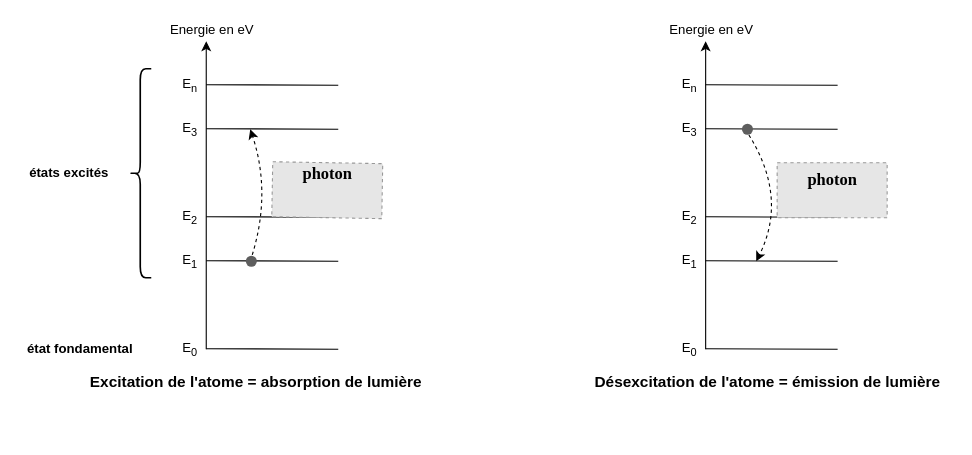
Above: page "niveaux energie" (2 of 3) of couleur objets.drawio in G-Boronad/diagrams (draw.io), before the change. Source tidied: cells renumbered, new cells numbered last; positions are measured from the earlier drawing's top-left corner, leaving out a move shared by most shapes. Both pictures are drawn from the tidied source at 110%, with x=0, y=0 at pixel (19, 19). Pictures stored in the file or linked from it are replaced by grey dashed boxes.
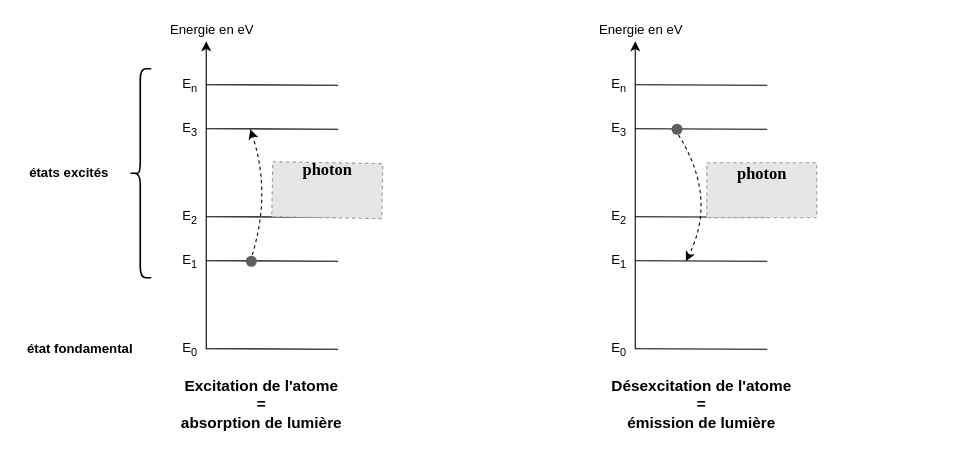
The same page after the edit.

The edit, as a diff of the source:
```diff
@@
     <mxCell id="5" style="group;" parent="1" vertex="1">
-      <mxGeometry x="584" width="160" height="310" as="geometry" />
+      <mxGeometry x="520" width="160" height="310" as="geometry" />
     </mxCell>
@@
-    <mxCell id="25" value="&lt;div&gt;Excitation de l'atome = absorption de lumière&lt;/div&gt;" style="text;html=1;align=center;verticalAlign=middle;fillColor=none;strokeColor=none;rounded=0;fontStyle=1;fontSize=14;" parent="1" vertex="1">
-      <mxGeometry x="50" y="320" width="330" height="20" as="geometry" />
+    <mxCell id="25" value="&lt;div&gt;Excitation de l'atome&lt;/div&gt;&lt;div&gt;=&lt;/div&gt;&lt;div&gt;absorption de lumière&lt;/div&gt;" style="text;html=1;align=center;verticalAlign=middle;fillColor=none;strokeColor=none;rounded=0;fontStyle=1;fontSize=14;" parent="1" vertex="1">
+      <mxGeometry x="140" y="320" width="160" height="60" as="geometry" />
     </mxCell>
-    <mxCell id="26" value="&lt;div&gt;Désexcitation de l'atome = émission de lumière&lt;/div&gt;" style="text;html=1;align=center;verticalAlign=middle;fillColor=none;strokeColor=none;rounded=0;fontStyle=1;fontSize=14;" parent="1" vertex="1">
-      <mxGeometry x="510" y="320" width="340" height="20" as="geometry" />
+    <mxCell id="26" value="&lt;div&gt;Désexcitation de l'atome&lt;/div&gt;&lt;div&gt;=&lt;/div&gt;&lt;div&gt;émission de lumière&lt;/div&gt;" style="text;html=1;align=center;verticalAlign=middle;fillColor=none;strokeColor=none;rounded=0;fontStyle=1;fontSize=14;" parent="1" vertex="1">
+      <mxGeometry x="530" y="320" width="180" height="60" as="geometry" />
     </mxCell>
     <mxCell id="27" style="fillColor=#E6E6E6;strokeColor=#999999;dashed=1;verticalLabelPosition=bottom;verticalAlign=top;fontSize=14;rotation=0;" parent="1" vertex="1">
-      <mxGeometry x="689" y="130.4" width="100" height="50" as="geometry" />
+      <mxGeometry x="625" y="130.4" width="100" height="50" as="geometry" />
     </mxCell>
@@
     <mxCell id="48" value="photon" style="text;html=1;align=center;verticalAlign=middle;fillColor=none;strokeColor=none;rounded=0;fontSize=15;fontFamily=Garamond;fontStyle=1;" parent="1" vertex="1">
-      <mxGeometry x="245" y="125.4" width="70" height="30" as="geometry" />
+      <mxGeometry x="245" y="121.4" width="70" height="30" as="geometry" />
     </mxCell>
     <mxCell id="49" value="photon" style="text;html=1;align=center;verticalAlign=middle;fillColor=none;strokeColor=none;rounded=0;fontSize=15;fontFamily=Garamond;fontStyle=1;" parent="1" vertex="1">
-      <mxGeometry x="704" y="130" width="70" height="30" as="geometry" />
+      <mxGeometry x="640" y="125" width="70" height="30" as="geometry" />
     </mxCell>
```
